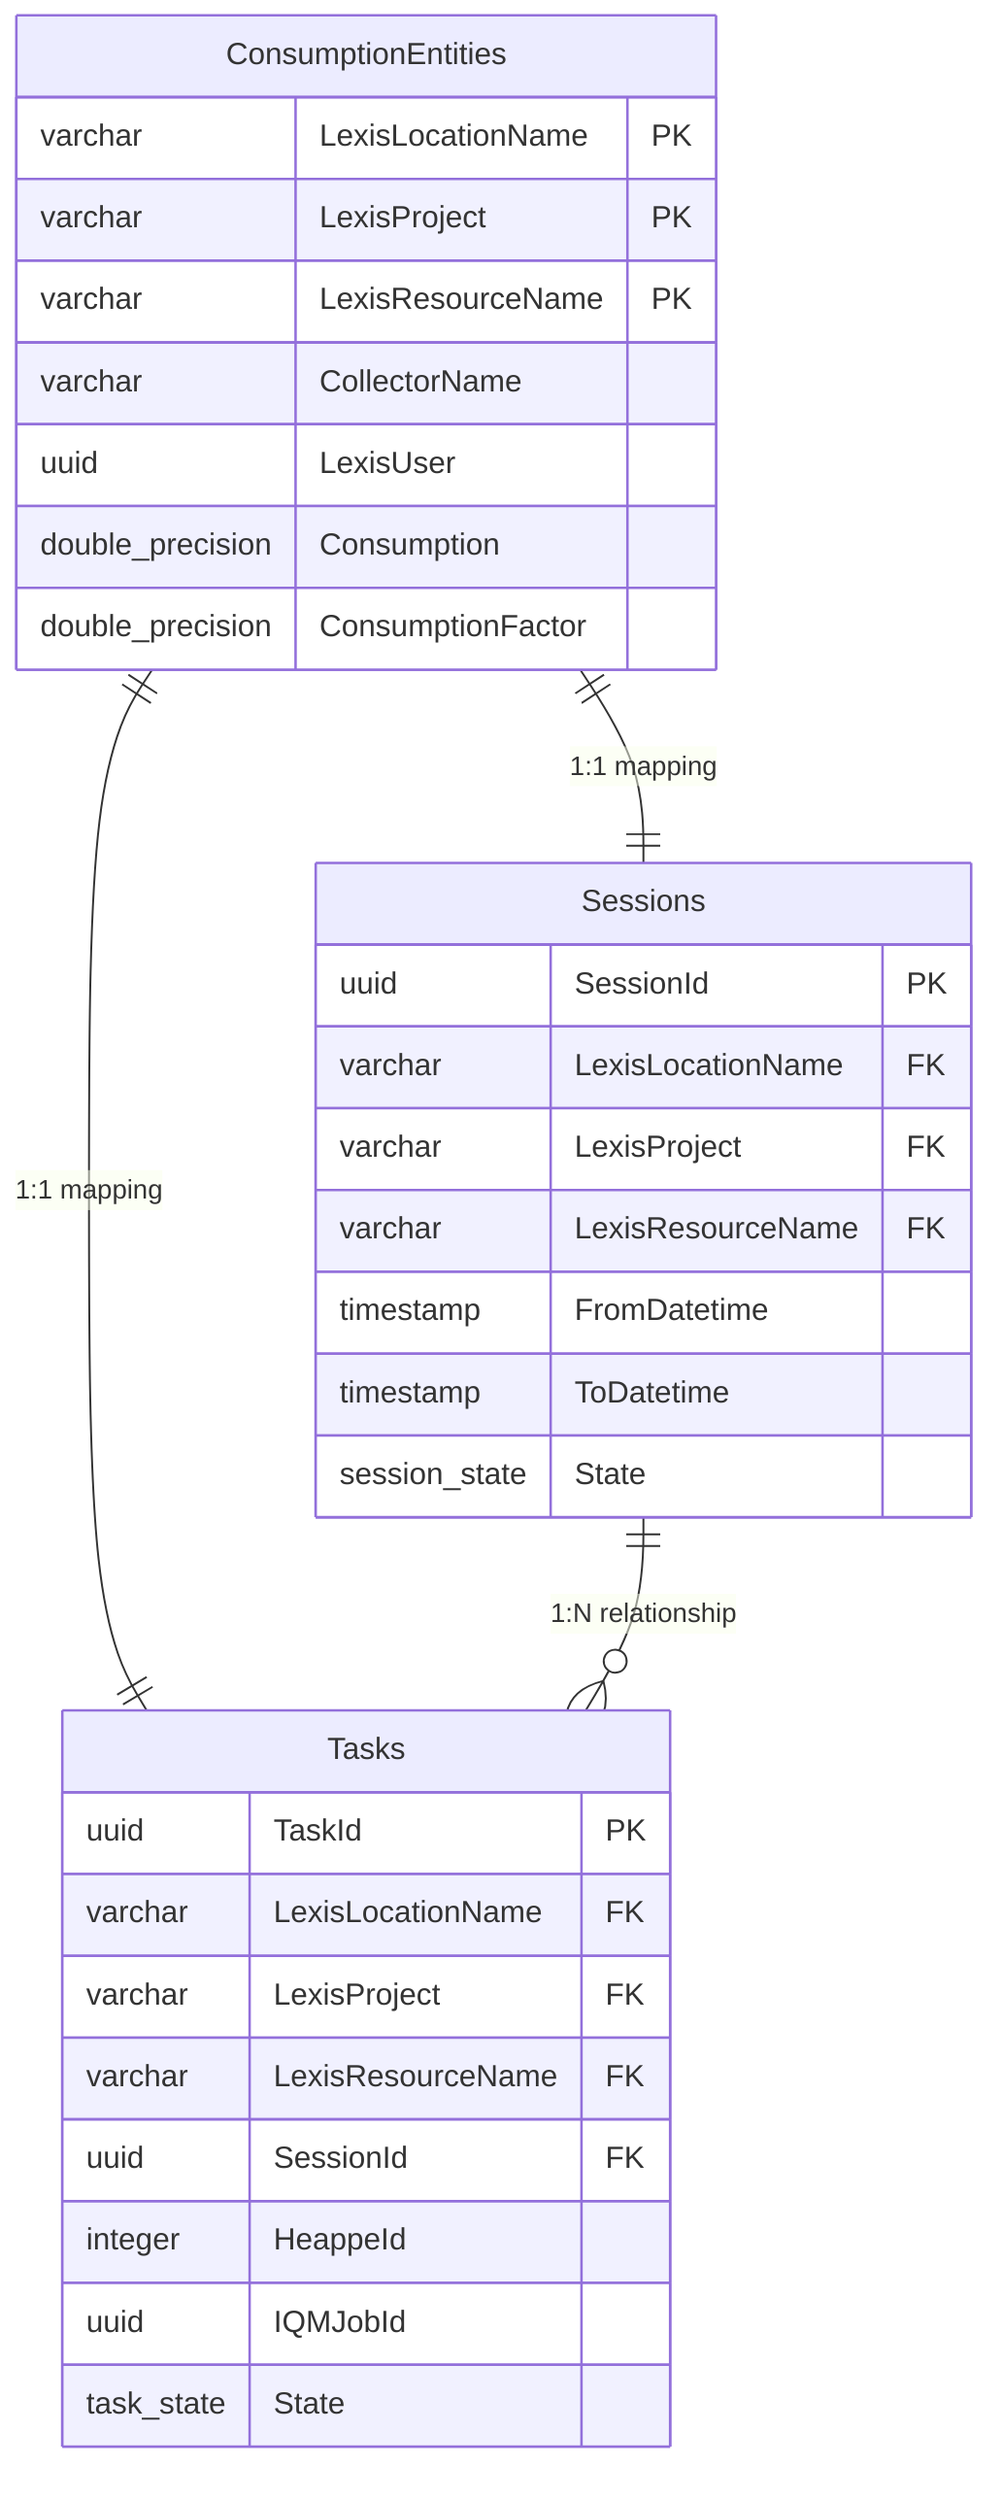
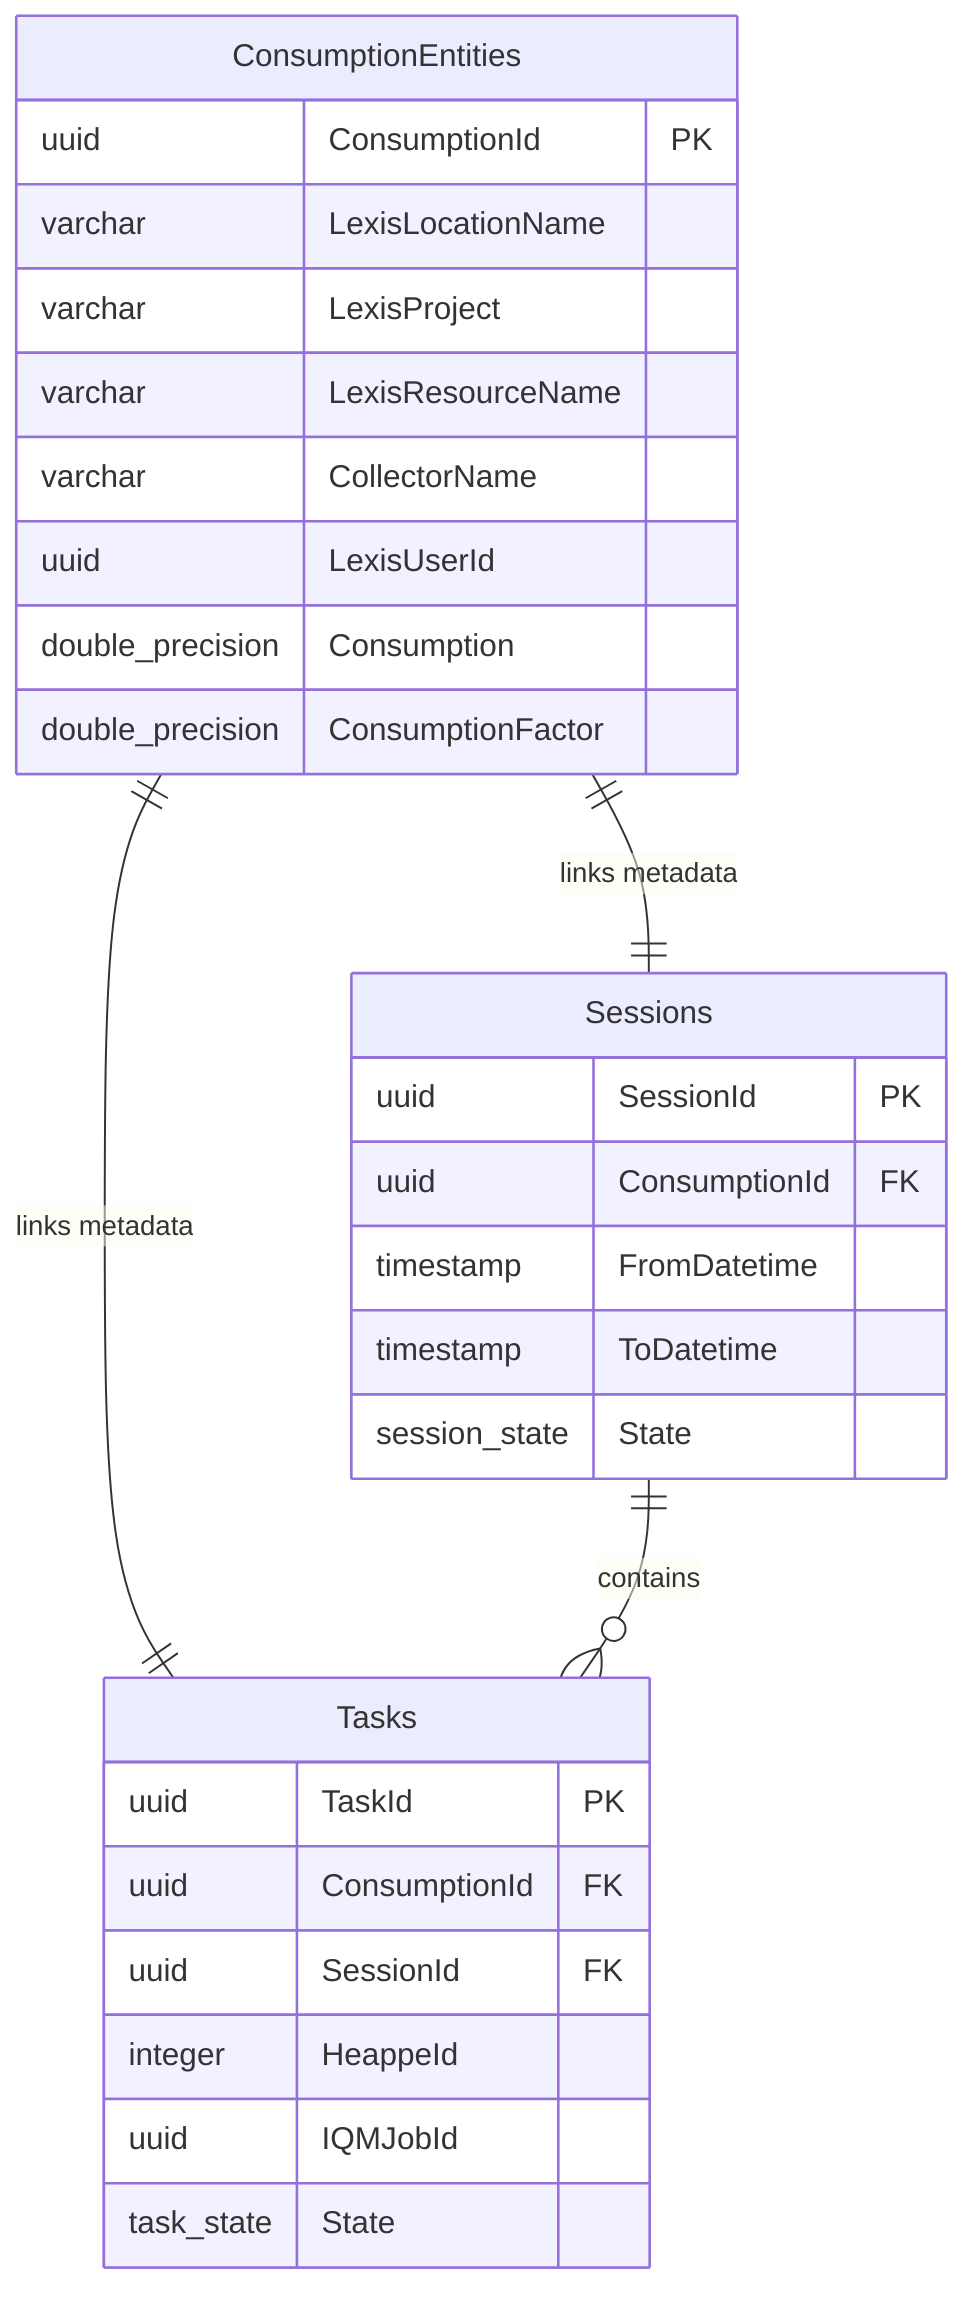
erDiagram
    ConsumptionEntities {
-         varchar LexisLocationName PK
-         varchar LexisProject PK
-         varchar LexisResourceName PK
+         uuid ConsumptionId PK
+         varchar LexisLocationName
+         varchar LexisProject
+         varchar LexisResourceName
        varchar CollectorName
-         uuid LexisUser
+         uuid LexisUserId
        double_precision Consumption
        double_precision ConsumptionFactor
    }

    Sessions {
        uuid SessionId PK
-         varchar LexisLocationName FK
-         varchar LexisProject FK
-         varchar LexisResourceName FK
+         uuid ConsumptionId FK
        timestamp FromDatetime
        timestamp ToDatetime
        session_state State
    }

    Tasks {
        uuid TaskId PK
-         varchar LexisLocationName FK
-         varchar LexisProject FK
-         varchar LexisResourceName FK
+         uuid ConsumptionId FK
        uuid SessionId FK
        integer HeappeId
        uuid IQMJobId
        task_state State
    }

-     ConsumptionEntities ||--|| Sessions : "1:1 mapping"
-     ConsumptionEntities ||--|| Tasks : "1:1 mapping"
-     Sessions ||--o{ Tasks : "1:N relationship"+     ConsumptionEntities ||--|| Sessions : "links metadata"
+     ConsumptionEntities ||--|| Tasks : "links metadata"
+     Sessions ||--o{ Tasks : "contains"